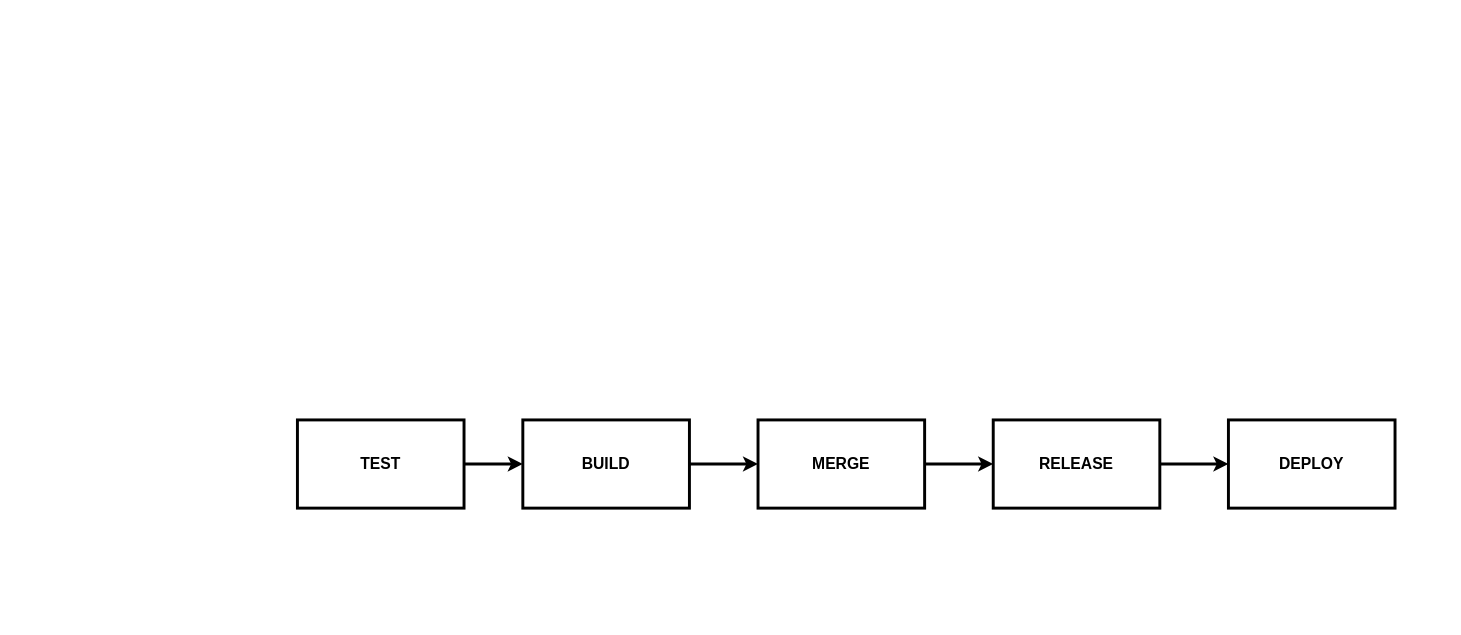
Before: ci/ci-cd.drawio in quanhk711/dev-test-, a draw.io diagram. Source tidied: cells renumbered, new cells numbered last; positions are measured from the earlier drawing's top-left corner, leaving out a move shared by most shapes. Both pictures are drawn from the tidied source at 98%, with x=0, y=0 at pixel (297, 419). Pictures stored in the file or linked from it are replaced by grey dashed boxes.
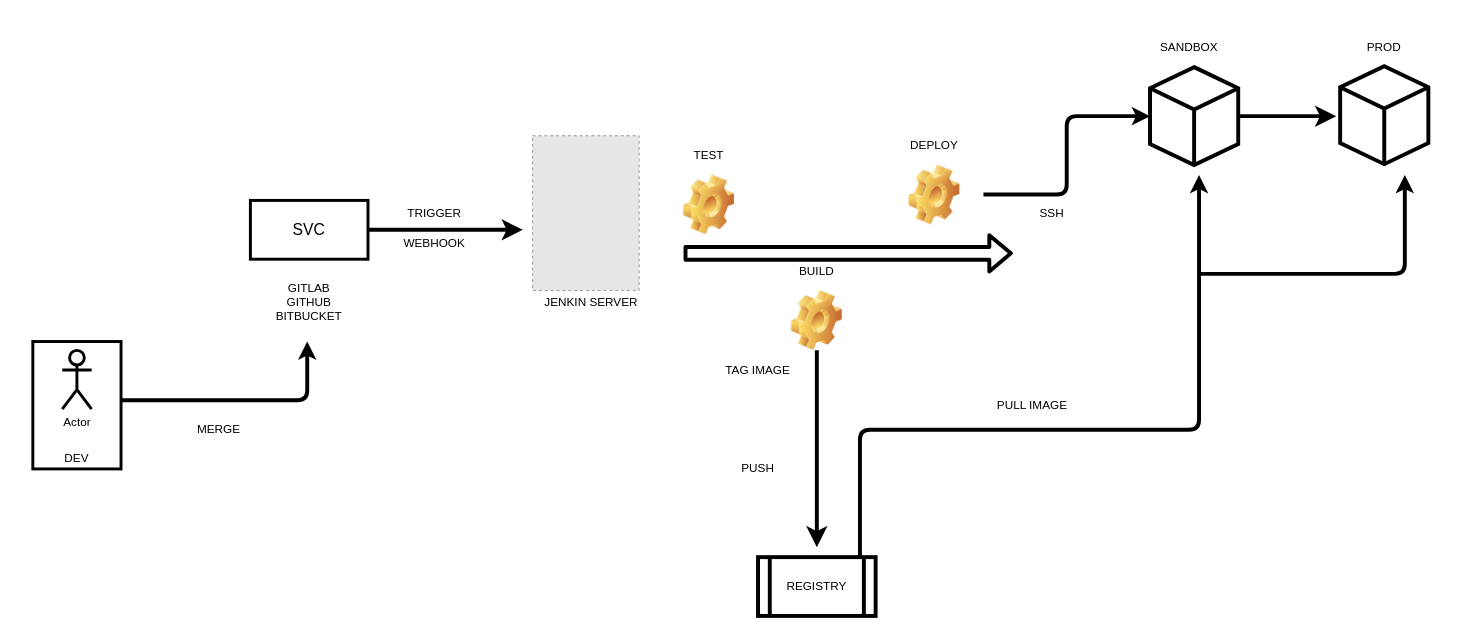
Above is the later version.

The edit, as a diff of the source:
```diff
@@
-    <mxCell id="2" style="edgeStyle=orthogonalEdgeStyle;rounded=0;jettySize=auto;html=1;strokeWidth=3;entryX=0;entryY=0.5;entryDx=0;entryDy=0;" parent="1" edge="1" source="3" target="5">
-      <mxGeometry relative="1" as="geometry" />
-    </mxCell>
+    <mxCell id="11" value="Actor" style="shape=umlActor;verticalLabelPosition=bottom;verticalAlign=top;html=1;strokeWidth=3;" parent="1" vertex="1">
+      <mxGeometry x="-240" y="-71" width="30" height="60" as="geometry" />
+    </mxCell>
+    <mxCell id="12" value="DEV" style="rounded=0;whiteSpace=wrap;html=1;strokeWidth=3;opacity=0;" parent="1" vertex="1">
+      <mxGeometry x="-285" y="9" width="120" height="60" as="geometry" />
+    </mxCell>
+    <mxCell id="13" style="rounded=0;whiteSpace=wrap;html=1;strokeWidth=3;rotation=90;fillColor=none;" parent="1" vertex="1">
+      <mxGeometry x="-290" y="-60" width="130" height="90" as="geometry" />
+    </mxCell>
+    <mxCell id="14" style="edgeStyle=orthogonalEdgeStyle;rounded=0;jumpSize=9;jettySize=auto;html=1;endSize=9;strokeWidth=4;" parent="1" edge="1" source="15">
+      <mxGeometry relative="1" as="geometry">
+        <mxPoint x="230" y="-194" as="targetPoint" />
+      </mxGeometry>
+    </mxCell>
+    <mxCell id="15" value="&lt;font style=&quot;font-size: 16px&quot;&gt;SVC&lt;/font&gt;" style="rounded=0;whiteSpace=wrap;html=1;strokeWidth=3;fillColor=none;" parent="1" vertex="1">
+      <mxGeometry x="-48" y="-224" width="120" height="60" as="geometry" />
+    </mxCell>
+    <mxCell id="10" value="MERGE" style="rounded=0;whiteSpace=wrap;html=1;strokeWidth=3;opacity=0;" parent="1" vertex="1">
+      <mxGeometry x="-140" y="-20" width="120" height="60" as="geometry" />
+    </mxCell>
+    <mxCell id="16" value="GITLAB&lt;br&gt;GITHUB&lt;br&gt;BITBUCKET" style="rounded=0;whiteSpace=wrap;html=1;strokeWidth=3;opacity=0;" parent="1" vertex="1">
+      <mxGeometry x="-48" y="-150" width="120" height="60" as="geometry" />
+    </mxCell>
+    <mxCell id="17" style="fillColor=#E6E6E6;strokeColor=#999999;dashed=1;verticalLabelPosition=bottom;labelBackgroundColor=#ffffff;verticalAlign=top;" parent="1" vertex="1">
+      <mxGeometry x="240" y="-290" width="108.7" height="158" as="geometry" />
+    </mxCell>
+    <mxCell id="18" value="TRIGGER" style="rounded=0;whiteSpace=wrap;html=1;strokeWidth=3;opacity=0;" parent="1" vertex="1">
+      <mxGeometry x="80" y="-241" width="120" height="60" as="geometry" />
+    </mxCell>
+    <mxCell id="19" value="WEBHOOK" style="rounded=0;whiteSpace=wrap;html=1;strokeWidth=3;opacity=0;" parent="1" vertex="1">
+      <mxGeometry x="80" y="-210" width="120" height="60" as="geometry" />
+    </mxCell>
+    <mxCell id="20" value="JENKIN SERVER" style="rounded=0;whiteSpace=wrap;html=1;strokeWidth=3;opacity=0;" parent="1" vertex="1">
+      <mxGeometry x="240" y="-150" width="120" height="60" as="geometry" />
+    </mxCell>
+    <mxCell id="21" style="shape=flexArrow;endArrow=classic;html=1;strokeWidth=4;" parent="1" edge="1">
+      <mxGeometry relative="1" as="geometry">
+        <mxPoint x="394" y="-170" as="sourcePoint" />
+        <mxPoint x="730" y="-170" as="targetPoint" />
+      </mxGeometry>
+    </mxCell>
-    <mxCell id="3" value="&lt;b&gt;&lt;font style=&quot;font-size: 16px&quot;&gt;TEST&lt;/font&gt;&lt;/b&gt;" style="rounded=0;whiteSpace=wrap;html=1;strokeWidth=3;" parent="1" vertex="1">
-      <mxGeometry width="170" height="90" as="geometry" />
+    <mxCell id="3" value="TEST" style="rounded=0;whiteSpace=wrap;html=1;strokeWidth=3;opacity=0;" parent="1" vertex="1">
+      <mxGeometry x="360" y="-300" width="120" height="60" as="geometry" />
     </mxCell>
-    <mxCell id="4" style="edgeStyle=orthogonalEdgeStyle;rounded=0;jettySize=auto;html=1;strokeWidth=3;" parent="1" edge="1" source="5" target="10">
-      <mxGeometry relative="1" as="geometry" />
-    </mxCell>
+    <mxCell id="22" style="shape=image;html=1;verticalLabelPosition=bottom;verticalAlign=top;imageAspect=1;image=img/clipart/Gear_128x128.png;strokeWidth=3;fillColor=none;" parent="1" vertex="1">
+      <mxGeometry x="394" y="-250" width="52" height="61" as="geometry" />
+    </mxCell>
-    <mxCell id="5" value="&lt;span style=&quot;font-size: 16px&quot;&gt;&lt;b&gt;BUILD&lt;/b&gt;&lt;/span&gt;" style="rounded=0;whiteSpace=wrap;html=1;strokeWidth=3;" parent="1" vertex="1">
-      <mxGeometry x="230" width="170" height="90" as="geometry" />
+    <mxCell id="5" value="BUILD" style="rounded=0;whiteSpace=wrap;html=1;strokeWidth=3;opacity=0;" parent="1" vertex="1">
+      <mxGeometry x="470" y="-181" width="120" height="60" as="geometry" />
     </mxCell>
-    <mxCell id="6" style="edgeStyle=orthogonalEdgeStyle;rounded=0;jettySize=auto;html=1;entryX=0;entryY=0.5;entryDx=0;entryDy=0;strokeWidth=3;" parent="1" edge="1" source="7" target="8">
-      <mxGeometry relative="1" as="geometry" />
-    </mxCell>
-    <mxCell id="7" value="&lt;b&gt;&lt;font style=&quot;font-size: 16px&quot;&gt;RELEASE&lt;/font&gt;&lt;/b&gt;" style="rounded=0;whiteSpace=wrap;html=1;strokeWidth=3;" parent="1" vertex="1">
-      <mxGeometry x="710" width="170" height="90" as="geometry" />
-    </mxCell>
+    <mxCell id="23" style="edgeStyle=orthogonalEdgeStyle;rounded=0;jumpSize=9;jettySize=auto;html=1;endSize=9;strokeWidth=4;" parent="1" edge="1" source="24">
+      <mxGeometry relative="1" as="geometry">
+        <mxPoint x="530" y="130" as="targetPoint" />
+      </mxGeometry>
+    </mxCell>
+    <mxCell id="24" style="shape=image;html=1;verticalLabelPosition=bottom;verticalAlign=top;imageAspect=1;image=img/clipart/Gear_128x128.png;strokeWidth=3;fillColor=none;" parent="1" vertex="1">
+      <mxGeometry x="504" y="-132" width="52" height="61" as="geometry" />
+    </mxCell>
-    <mxCell id="8" value="&lt;b&gt;&lt;font style=&quot;font-size: 16px&quot;&gt;DEPLOY&lt;/font&gt;&lt;/b&gt;" style="rounded=0;whiteSpace=wrap;html=1;strokeWidth=3;" parent="1" vertex="1">
-      <mxGeometry x="950" width="170" height="90" as="geometry" />
+    <mxCell id="8" value="DEPLOY" style="rounded=0;whiteSpace=wrap;html=1;strokeWidth=3;opacity=0;" parent="1" vertex="1">
+      <mxGeometry x="590" y="-310" width="120" height="60" as="geometry" />
     </mxCell>
-    <mxCell id="9" style="edgeStyle=orthogonalEdgeStyle;rounded=0;jettySize=auto;html=1;entryX=0;entryY=0.5;entryDx=0;entryDy=0;strokeWidth=3;" parent="1" edge="1" source="10" target="7">
-      <mxGeometry relative="1" as="geometry" />
-    </mxCell>
-    <mxCell id="10" value="&lt;b&gt;&lt;font style=&quot;font-size: 16px&quot;&gt;MERGE&lt;/font&gt;&lt;/b&gt;" style="rounded=0;whiteSpace=wrap;html=1;strokeWidth=3;" parent="1" vertex="1">
-      <mxGeometry x="470" width="170" height="90" as="geometry" />
-    </mxCell>
+    <mxCell id="25" style="shape=image;html=1;verticalLabelPosition=bottom;verticalAlign=top;imageAspect=1;image=img/clipart/Gear_128x128.png;strokeWidth=3;fillColor=none;" parent="1" vertex="1">
+      <mxGeometry x="624" y="-260" width="52" height="61" as="geometry" />
+    </mxCell>
+    <mxCell id="26" style="edgeStyle=elbowEdgeStyle;elbow=horizontal;endArrow=classic;html=1;strokeWidth=4;" parent="1" edge="1" target="28">
+      <mxGeometry relative="1" as="geometry">
+        <mxPoint x="700" y="-230" as="sourcePoint" />
+      </mxGeometry>
+    </mxCell>
+    <mxCell id="27" style="edgeStyle=orthogonalEdgeStyle;rounded=0;jumpSize=9;jettySize=auto;html=1;endSize=9;strokeWidth=4;" parent="1" edge="1" source="28">
+      <mxGeometry relative="1" as="geometry">
+        <mxPoint x="1060" y="-310" as="targetPoint" />
+      </mxGeometry>
+    </mxCell>
+    <mxCell id="28" style="html=1;whiteSpace=wrap;shape=isoCube2;backgroundOutline=1;isoAngle=15;strokeWidth=4;" parent="1" vertex="1">
+      <mxGeometry x="870" y="-360" width="90" height="100" as="geometry" />
+    </mxCell>
+    <mxCell id="29" value="SANDBOX" style="rounded=0;whiteSpace=wrap;html=1;strokeWidth=3;opacity=0;" parent="1" vertex="1">
+      <mxGeometry x="850" y="-410" width="120" height="60" as="geometry" />
+    </mxCell>
+    <mxCell id="30" style="shape=process;whiteSpace=wrap;html=1;backgroundOutline=1;strokeWidth=4;fillColor=none;" parent="1" vertex="1">
+      <mxGeometry x="470" y="140" width="120" height="60" as="geometry" />
+    </mxCell>
+    <mxCell id="31" value="REGISTRY" style="rounded=0;whiteSpace=wrap;html=1;strokeWidth=3;opacity=0;" parent="1" vertex="1">
+      <mxGeometry x="470" y="140" width="120" height="60" as="geometry" />
+    </mxCell>
+    <mxCell id="32" value="PUSH" style="rounded=0;whiteSpace=wrap;html=1;strokeWidth=3;opacity=0;" parent="1" vertex="1">
+      <mxGeometry x="410" y="20" width="120" height="60" as="geometry" />
+    </mxCell>
+    <mxCell id="33" value="TAG IMAGE" style="rounded=0;whiteSpace=wrap;html=1;strokeWidth=3;opacity=0;" parent="1" vertex="1">
+      <mxGeometry x="410" y="-80" width="120" height="60" as="geometry" />
+    </mxCell>
+    <mxCell id="34" style="html=1;whiteSpace=wrap;shape=isoCube2;backgroundOutline=1;isoAngle=15;strokeWidth=4;" parent="1" vertex="1">
+      <mxGeometry x="1064" y="-361" width="90" height="100" as="geometry" />
+    </mxCell>
+    <mxCell id="35" value="PROD" style="rounded=0;whiteSpace=wrap;html=1;strokeWidth=3;opacity=0;" parent="1" vertex="1">
+      <mxGeometry x="1049" y="-410" width="120" height="60" as="geometry" />
+    </mxCell>
+    <mxCell id="36" style="edgeStyle=elbowEdgeStyle;elbow=vertical;endArrow=classic;html=1;strokeWidth=4;" parent="1" edge="1">
+      <mxGeometry relative="1" as="geometry">
+        <mxPoint x="574" y="140" as="sourcePoint" />
+        <mxPoint x="920" y="-250" as="targetPoint" />
+        <Array as="points">
+          <mxPoint x="750" y="10" />
+        </Array>
+      </mxGeometry>
+    </mxCell>
+    <mxCell id="37" value="PULL IMAGE" style="rounded=0;whiteSpace=wrap;html=1;strokeWidth=3;opacity=0;" parent="1" vertex="1">
+      <mxGeometry x="690" y="-45" width="120" height="60" as="geometry" />
+    </mxCell>
+    <mxCell id="38" style="edgeStyle=segmentEdgeStyle;endArrow=classic;html=1;strokeWidth=4;" parent="1" edge="1">
+      <mxGeometry relative="1" as="geometry">
+        <mxPoint x="-180" y="-20" as="sourcePoint" />
+        <mxPoint x="10" y="-80" as="targetPoint" />
+        <Array as="points">
+          <mxPoint x="10" y="-20" />
+        </Array>
+      </mxGeometry>
+    </mxCell>
+    <mxCell id="39" style="edgeStyle=segmentEdgeStyle;endArrow=classic;html=1;strokeWidth=4;" parent="1" edge="1">
+      <mxGeometry relative="1" as="geometry">
+        <mxPoint x="920" y="-149" as="sourcePoint" />
+        <mxPoint x="1130" y="-250" as="targetPoint" />
+      </mxGeometry>
+    </mxCell>
+    <mxCell id="40" value="SSH" style="rounded=0;whiteSpace=wrap;html=1;strokeWidth=3;opacity=0;" parent="1" vertex="1">
+      <mxGeometry x="710" y="-241" width="120" height="60" as="geometry" />
+    </mxCell>
```
